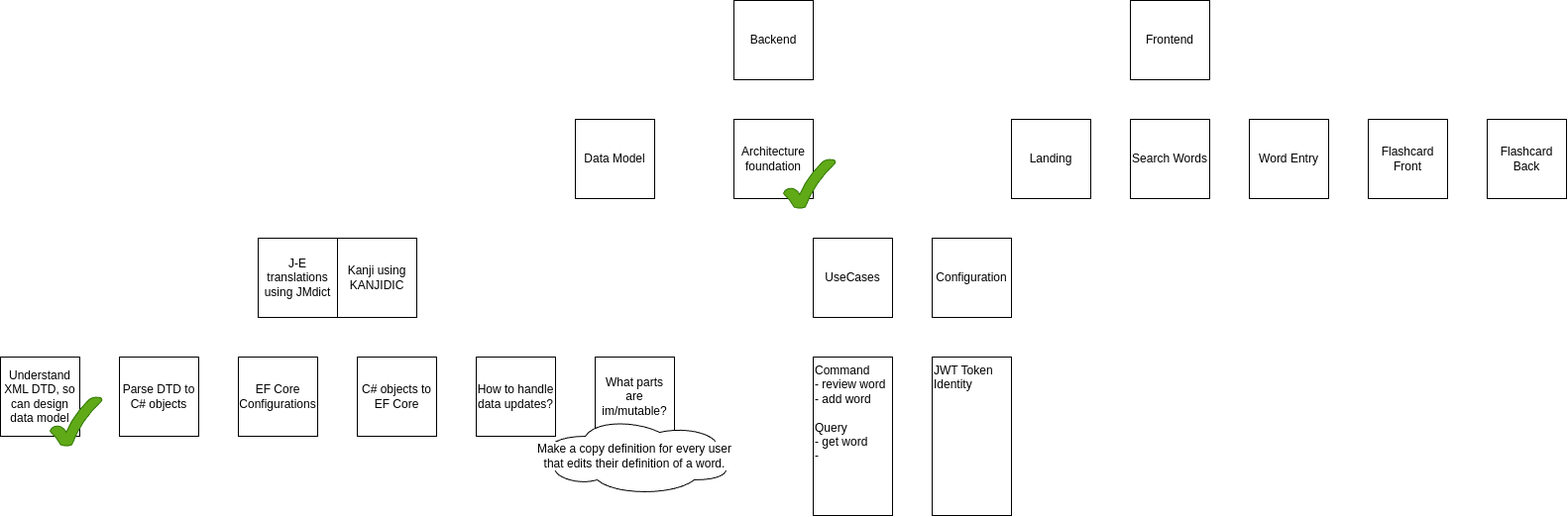
shibaholic/dango_jisho keeps this draw.io diagram as docs/ProjectPlan.drawio.png. Above is the earlier version. Source tidied: cells renumbered, new cells last; positions are measured from the earlier drawing's top-left corner, leaving out a move shared by most shapes. Source of this version:
```xml
<mxGraphModel>
  <root>
    <mxCell id="0" />
    <mxCell id="1" parent="0" />
    <mxCell id="2" value="Backend" style="whiteSpace=wrap;html=1;" parent="1" vertex="1">
      <mxGeometry x="740" width="80" height="80" as="geometry" />
    </mxCell>
    <mxCell id="3" value="Frontend" style="whiteSpace=wrap;html=1;" parent="1" vertex="1">
      <mxGeometry x="1140" width="80" height="80" as="geometry" />
    </mxCell>
    <mxCell id="4" value="Data Model" style="whiteSpace=wrap;html=1;" parent="1" vertex="1">
      <mxGeometry x="580" y="120" width="80" height="80" as="geometry" />
    </mxCell>
    <mxCell id="5" value="EF Core Configurations" style="whiteSpace=wrap;html=1;" parent="1" vertex="1">
      <mxGeometry x="240" y="360" width="80" height="80" as="geometry" />
    </mxCell>
    <mxCell id="6" value="C# objects to EF Core" style="whiteSpace=wrap;html=1;" parent="1" vertex="1">
      <mxGeometry x="360" y="360" width="80" height="80" as="geometry" />
    </mxCell>
    <mxCell id="7" value="How to handle data updates?" style="whiteSpace=wrap;html=1;" parent="1" vertex="1">
      <mxGeometry x="480" y="360" width="80" height="80" as="geometry" />
    </mxCell>
    <mxCell id="8" value="J-E translations using JMdict" style="whiteSpace=wrap;html=1;" parent="1" vertex="1">
      <mxGeometry x="260" y="240" width="80" height="80" as="geometry" />
    </mxCell>
    <mxCell id="9" value="Understand XML DTD, so can design data model" style="whiteSpace=wrap;html=1;" parent="1" vertex="1">
      <mxGeometry y="360" width="80" height="80" as="geometry" />
    </mxCell>
    <mxCell id="10" value="Parse DTD to C# objects" style="whiteSpace=wrap;html=1;" parent="1" vertex="1">
      <mxGeometry x="120" y="360" width="80" height="80" as="geometry" />
    </mxCell>
    <mxCell id="11" value="Kanji using KANJIDIC" style="whiteSpace=wrap;html=1;" parent="1" vertex="1">
      <mxGeometry x="340" y="240" width="80" height="80" as="geometry" />
    </mxCell>
    <mxCell id="12" value="What parts are im/mutable?" style="whiteSpace=wrap;html=1;" parent="1" vertex="1">
      <mxGeometry x="600" y="360" width="80" height="80" as="geometry" />
    </mxCell>
    <mxCell id="13" value="&lt;div&gt;&lt;span style=&quot;background-color: initial;&quot;&gt;UseCases&lt;/span&gt;&lt;br&gt;&lt;/div&gt;" style="whiteSpace=wrap;html=1;" parent="1" vertex="1">
      <mxGeometry x="820" y="240" width="80" height="80" as="geometry" />
    </mxCell>
    <mxCell id="14" value="Make a copy definition for every user that edits their definition of a word." style="ellipse;shape=cloud;whiteSpace=wrap;html=1;labelBackgroundColor=default;" parent="1" vertex="1">
      <mxGeometry x="540" y="420" width="200" height="80" as="geometry" />
    </mxCell>
    <mxCell id="15" style="verticalLabelPosition=bottom;verticalAlign=top;html=1;shape=mxgraph.basic.tick;fillColor=#60a917;strokeColor=#2D7600;shadow=0;fontColor=#ffffff;" parent="1" vertex="1">
      <mxGeometry x="50" y="400" width="52.5" height="50" as="geometry" />
    </mxCell>
    <mxCell id="16" value="&lt;div&gt;Command&lt;/div&gt;- review word&lt;div&gt;- add word&lt;/div&gt;&lt;div&gt;&lt;br&gt;&lt;/div&gt;&lt;div&gt;Query&lt;/div&gt;&lt;div&gt;- get word&lt;/div&gt;&lt;div&gt;-&amp;nbsp;&lt;/div&gt;" style="rounded=0;whiteSpace=wrap;html=1;align=left;verticalAlign=top;" parent="1" vertex="1">
      <mxGeometry x="820" y="360" width="80" height="160" as="geometry" />
    </mxCell>
    <mxCell id="17" value="&lt;div&gt;&lt;span style=&quot;background-color: initial;&quot;&gt;Configuration&lt;/span&gt;&lt;br&gt;&lt;/div&gt;" style="whiteSpace=wrap;html=1;" parent="1" vertex="1">
      <mxGeometry x="940" y="240" width="80" height="80" as="geometry" />
    </mxCell>
    <mxCell id="18" value="JWT Token&lt;div&gt;Identity&lt;/div&gt;&lt;div&gt;&lt;br&gt;&lt;/div&gt;" style="rounded=0;whiteSpace=wrap;html=1;align=left;verticalAlign=top;" parent="1" vertex="1">
      <mxGeometry x="940" y="360" width="80" height="160" as="geometry" />
    </mxCell>
    <mxCell id="19" value="&lt;div&gt;Landing&lt;/div&gt;" style="whiteSpace=wrap;html=1;" parent="1" vertex="1">
      <mxGeometry x="1020" y="120" width="80" height="80" as="geometry" />
    </mxCell>
    <mxCell id="20" value="&lt;div&gt;&lt;span style=&quot;background-color: initial;&quot;&gt;Search Words&lt;/span&gt;&lt;br&gt;&lt;/div&gt;" style="whiteSpace=wrap;html=1;" parent="1" vertex="1">
      <mxGeometry x="1140" y="120" width="80" height="80" as="geometry" />
    </mxCell>
    <mxCell id="21" value="&lt;div&gt;&lt;span style=&quot;background-color: initial;&quot;&gt;Word Entry&lt;/span&gt;&lt;br&gt;&lt;/div&gt;" style="whiteSpace=wrap;html=1;" parent="1" vertex="1">
      <mxGeometry x="1260" y="120" width="80" height="80" as="geometry" />
    </mxCell>
    <mxCell id="22" value="&lt;div&gt;&lt;span style=&quot;background-color: initial;&quot;&gt;Flashcard Front&lt;/span&gt;&lt;br&gt;&lt;/div&gt;" style="whiteSpace=wrap;html=1;" parent="1" vertex="1">
      <mxGeometry x="1380" y="120" width="80" height="80" as="geometry" />
    </mxCell>
    <mxCell id="23" value="&lt;div&gt;&lt;span style=&quot;background-color: initial;&quot;&gt;Flashcard Back&lt;/span&gt;&lt;br&gt;&lt;/div&gt;" style="whiteSpace=wrap;html=1;" parent="1" vertex="1">
      <mxGeometry x="1500" y="120" width="80" height="80" as="geometry" />
    </mxCell>
    <mxCell id="24" value="Architecture foundation" style="whiteSpace=wrap;html=1;" parent="1" vertex="1">
      <mxGeometry x="740" y="120" width="80" height="80" as="geometry" />
    </mxCell>
    <mxCell id="25" style="verticalLabelPosition=bottom;verticalAlign=top;html=1;shape=mxgraph.basic.tick;fillColor=#60a917;strokeColor=#2D7600;shadow=0;fontColor=#ffffff;" parent="1" vertex="1">
      <mxGeometry x="790" y="160" width="52.5" height="50" as="geometry" />
    </mxCell>
  </root>
</mxGraphModel>
```
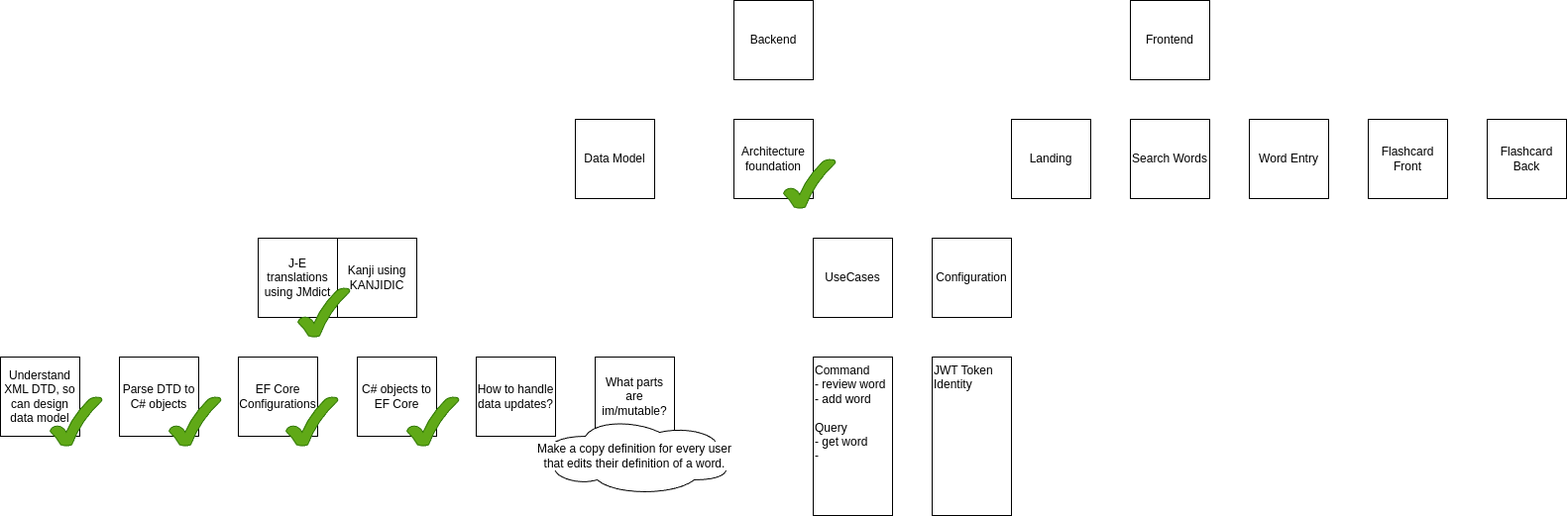
The same diagram one commit later.

Commit message:
Journal, documentation diagram update and runner fix

Change to the diagram source:
```diff
@@ -74,5 +74,17 @@
     <mxCell id="25" style="verticalLabelPosition=bottom;verticalAlign=top;html=1;shape=mxgraph.basic.tick;fillColor=#60a917;strokeColor=#2D7600;shadow=0;fontColor=#ffffff;" parent="1" vertex="1">
       <mxGeometry x="790" y="160" width="52.5" height="50" as="geometry" />
     </mxCell>
+    <mxCell id="26" style="verticalLabelPosition=bottom;verticalAlign=top;html=1;shape=mxgraph.basic.tick;fillColor=#60a917;strokeColor=#2D7600;shadow=0;fontColor=#ffffff;" parent="1" vertex="1">
+      <mxGeometry x="170" y="400" width="52.5" height="50" as="geometry" />
+    </mxCell>
+    <mxCell id="27" style="verticalLabelPosition=bottom;verticalAlign=top;html=1;shape=mxgraph.basic.tick;fillColor=#60a917;strokeColor=#2D7600;shadow=0;fontColor=#ffffff;" parent="1" vertex="1">
+      <mxGeometry x="288" y="400" width="52.5" height="50" as="geometry" />
+    </mxCell>
+    <mxCell id="28" style="verticalLabelPosition=bottom;verticalAlign=top;html=1;shape=mxgraph.basic.tick;fillColor=#60a917;strokeColor=#2D7600;shadow=0;fontColor=#ffffff;" parent="1" vertex="1">
+      <mxGeometry x="410" y="400" width="52.5" height="50" as="geometry" />
+    </mxCell>
+    <mxCell id="29" style="verticalLabelPosition=bottom;verticalAlign=top;html=1;shape=mxgraph.basic.tick;fillColor=#60a917;strokeColor=#2D7600;shadow=0;fontColor=#ffffff;" parent="1" vertex="1">
+      <mxGeometry x="300" y="290" width="52.5" height="50" as="geometry" />
+    </mxCell>
   </root>
 </mxGraphModel>
```
